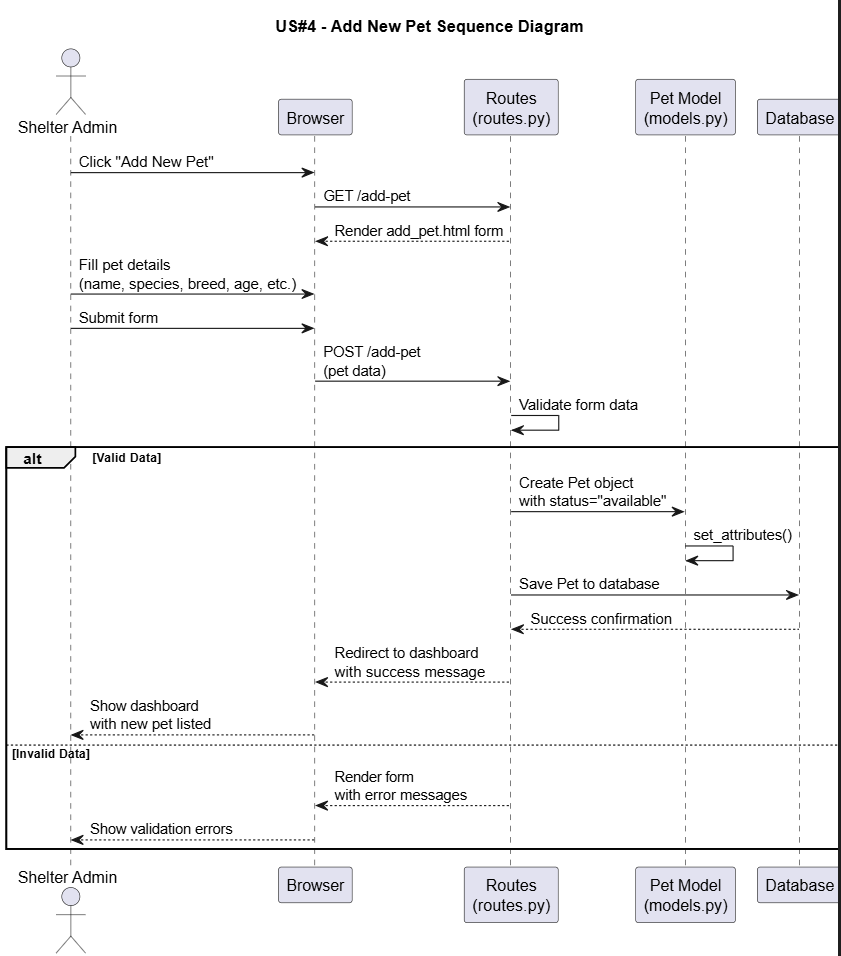
Earlier version of the PlantUML export uml/sequence_add_pet.png (msu-denver/pawfect-match). Its source is kept beside it as uml/sequence_add_pet.puml.
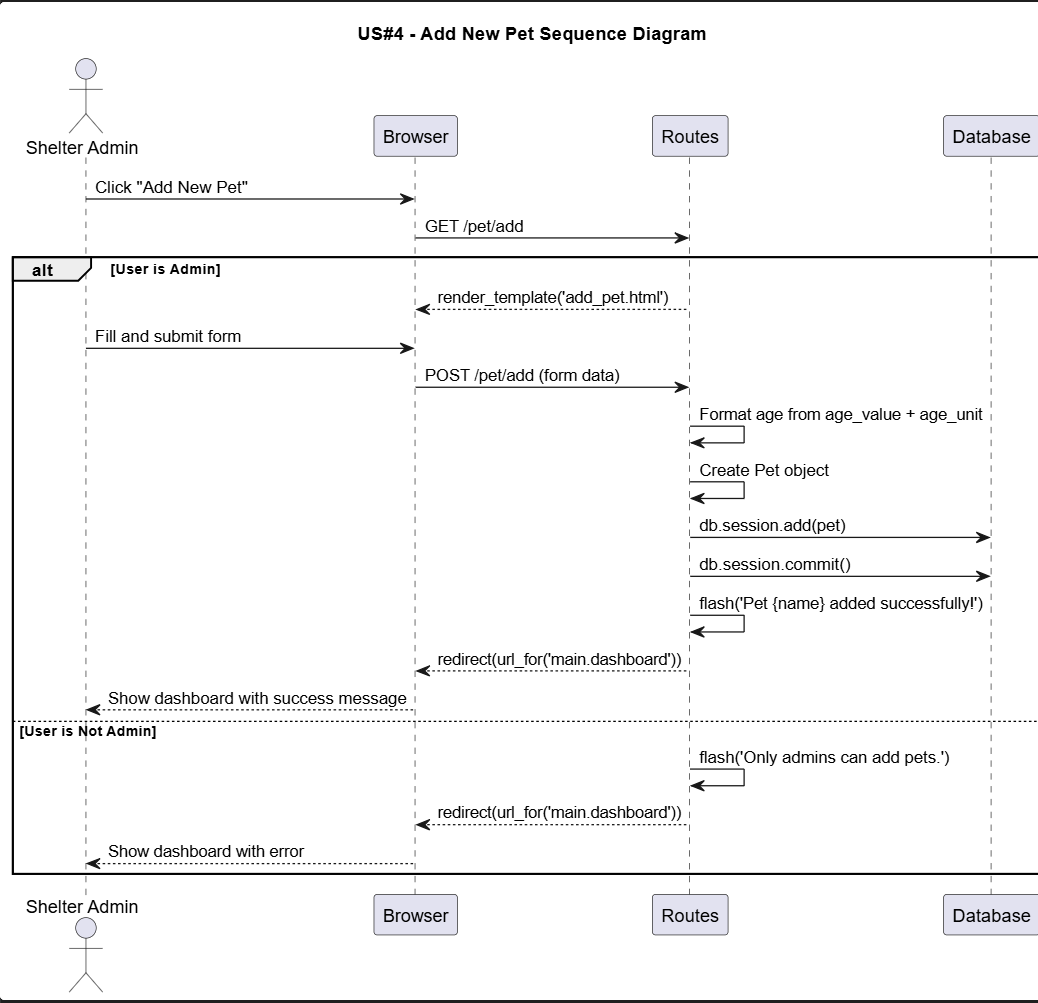
After the commit.

Commit message:
Update UML diagrams and README to match code implementation

The edit, as a diff of the source:
```diff
@@ -3,30 +3,30 @@
 
 actor "Shelter Admin" as admin
 participant "Browser" as browser
-participant "Routes\n(routes.py)" as routes
-participant "Pet Model\n(models.py)" as model
+participant "Routes" as routes
 participant "Database" as db
 
 admin -> browser: Click "Add New Pet"
-browser -> routes: GET /add-pet
-routes --> browser: Render add_pet.html form
+browser -> routes: GET /pet/add
 
-admin -> browser: Fill pet details\n(name, species, breed, age, etc.)
-admin -> browser: Submit form
+alt User is Admin
+    routes --> browser: render_template('add_pet.html')
 
-browser -> routes: POST /add-pet\n(pet data)
-routes -> routes: Validate form data
+    admin -> browser: Fill and submit form
+    browser -> routes: POST /pet/add (form data)
 
-alt Valid Data
-    routes -> model: Create Pet object\nwith status="available"
-    model -> model: set_attributes()
-    routes -> db: Save Pet to database
-    db --> routes: Success confirmation
-    routes --> browser: Redirect to dashboard\nwith success message
-    browser --> admin: Show dashboard\nwith new pet listed
-else Invalid Data
-    routes --> browser: Render form\nwith error messages
-    browser --> admin: Show validation errors
+    routes -> routes: Format age from age_value + age_unit
+    routes -> routes: Create Pet object
+    routes -> db: db.session.add(pet)
+    routes -> db: db.session.commit()
+    routes -> routes: flash('Pet {name} added successfully!')
+    routes --> browser: redirect(url_for('main.dashboard'))
+    browser --> admin: Show dashboard with success message
+
+else User is Not Admin
+    routes -> routes: flash('Only admins can add pets.')
+    routes --> browser: redirect(url_for('main.dashboard'))
+    browser --> admin: Show dashboard with error
 end
 
 @enduml
```
